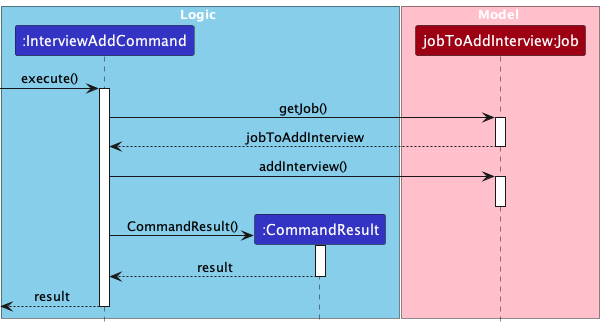
nus-cs2103-AY2324S1/tp keeps this PlantUML diagram as docs/images/developer-guide/InterviewAddCommandSequenceDiagram.png. Above is the earlier version.
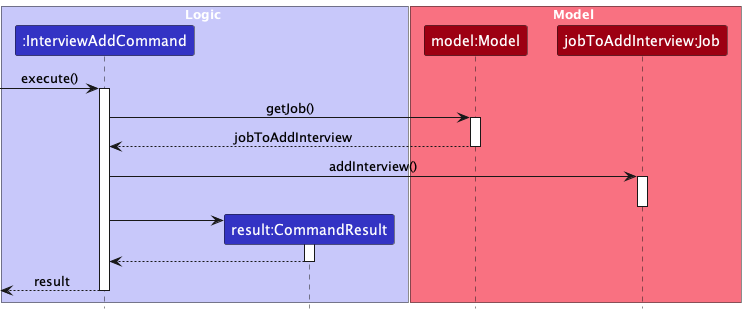
Later version of the same file.

Diff of the diagram source:
```diff
@@ -2,24 +2,25 @@
 !include ../style.puml
 skinparam ArrowFontStyle plain
 
-box Logic #skyblue
+box Logic LOGIC_COLOR_T1
 Participant ":InterviewAddCommand" as iac LOGIC_COLOR
-Participant ":CommandResult" as cr LOGIC_COLOR
+Participant "result:CommandResult" as cr LOGIC_COLOR
 end box
 
-box Model #pink
+box Model MODEL_COLOR_T1
+Participant "model:Model" as m MODEL_COLOR
 Participant "jobToAddInterview:Job" as j MODEL_COLOR
 end box
 
 [-> iac ++: execute()
-iac -> j ++: getJob()
-j --> iac--: jobToAddInterview
+iac -> m ++: getJob()
+m --> iac--: jobToAddInterview
 
 iac -> j ++:addInterview()
 deactivate j
 create cr
-iac -> cr ++: CommandResult()
-cr -->iac --: result
+iac -> cr ++
+cr -->iac --:
 iac -->[ --: result
 
 @enduml
```
